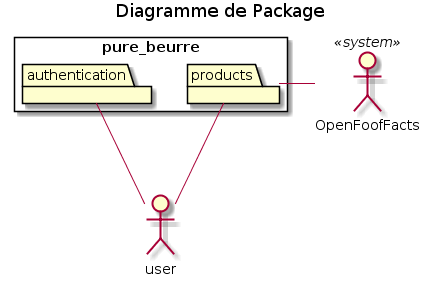
Zepmanbc/oc_dapython_pr8 keeps this PlantUML diagram as doc/img/01_package.png. Above is the earlier version.
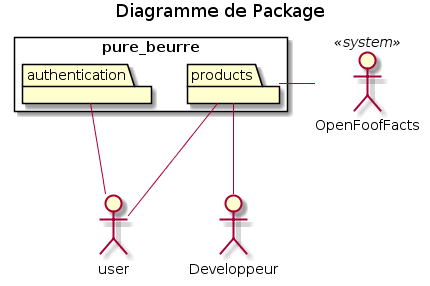
After the commit.

The edit, as a diff of the source:
```diff
@@ -7,10 +7,12 @@
 }
 actor user
 actor OpenFoofFacts <<system>>
+actor Developpeur
 
 products -- user
 authentication -- user
 products - OpenFoofFacts
+products -- Developpeur
 
 
 @enduml
```
